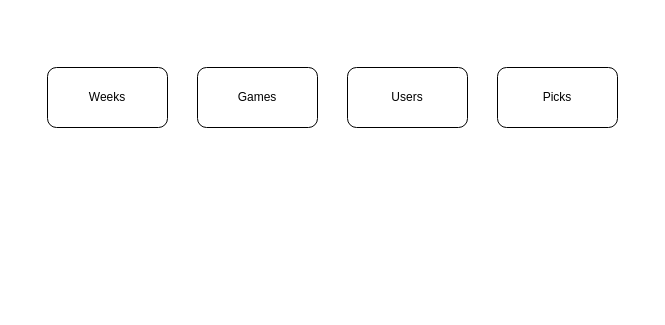
tjscooper/footballer2 keeps this draw.io diagram as page "Data" (4 of 4) of docs/Footballer2.drawio. Above is the earlier version. Source tidied: cells renumbered, new cells numbered last; positions are measured from the earlier drawing's top-left corner, leaving out a move shared by most shapes. Both pictures are drawn from the tidied source at 100%, with x=0, y=0 at pixel (47, 67).
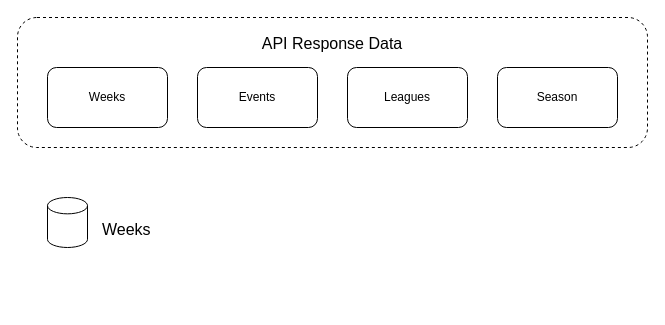
After the change.

What changed in the source:
```diff
@@
 <mxGraphModel>
   <root>
     <mxCell id="0" />
     <mxCell id="1" parent="0" />
+    <mxCell id="6" value="API Response Data" style="rounded=1;whiteSpace=wrap;html=1;sketch=0;strokeWidth=1;fontSize=16;verticalAlign=top;spacingLeft=0;spacingTop=10;fillColor=none;dashed=1;" parent="1" vertex="1">
+      <mxGeometry x="-30" y="-50" width="630" height="130" as="geometry" />
+    </mxCell>
     <mxCell id="2" value="Weeks" style="rounded=1;whiteSpace=wrap;html=1;" parent="1" vertex="1">
       <mxGeometry width="120" height="60" as="geometry" />
     </mxCell>
-    <mxCell id="3" value="Games" style="rounded=1;whiteSpace=wrap;html=1;" parent="1" vertex="1">
+    <mxCell id="3" value="Events" style="rounded=1;whiteSpace=wrap;html=1;" parent="1" vertex="1">
       <mxGeometry x="150" width="120" height="60" as="geometry" />
     </mxCell>
-    <mxCell id="4" value="Users" style="rounded=1;whiteSpace=wrap;html=1;" parent="1" vertex="1">
+    <mxCell id="4" value="Leagues" style="rounded=1;whiteSpace=wrap;html=1;" parent="1" vertex="1">
       <mxGeometry x="300" width="120" height="60" as="geometry" />
     </mxCell>
-    <mxCell id="5" value="Picks" style="rounded=1;whiteSpace=wrap;html=1;" parent="1" vertex="1">
+    <mxCell id="5" value="Season" style="rounded=1;whiteSpace=wrap;html=1;" parent="1" vertex="1">
       <mxGeometry x="450" width="120" height="60" as="geometry" />
     </mxCell>
+    <mxCell id="7" style="shape=cylinder3;whiteSpace=wrap;html=1;boundedLbl=1;backgroundOutline=1;size=8.169235229492188;rounded=1;sketch=0;strokeColor=default;strokeWidth=1;fontSize=16;fillColor=none;gradientColor=none;" parent="1" vertex="1">
+      <mxGeometry y="130" width="40" height="50" as="geometry" />
+    </mxCell>
+    <mxCell id="8" value="Weeks" style="text;html=1;strokeColor=none;fillColor=none;align=left;verticalAlign=top;whiteSpace=wrap;rounded=0;sketch=0;strokeWidth=1;fontSize=16;spacing=8;spacingLeft=7;" parent="1" vertex="1">
+      <mxGeometry x="40" y="140" width="120" height="100" as="geometry" />
+    </mxCell>
   </root>
 </mxGraphModel>
```
